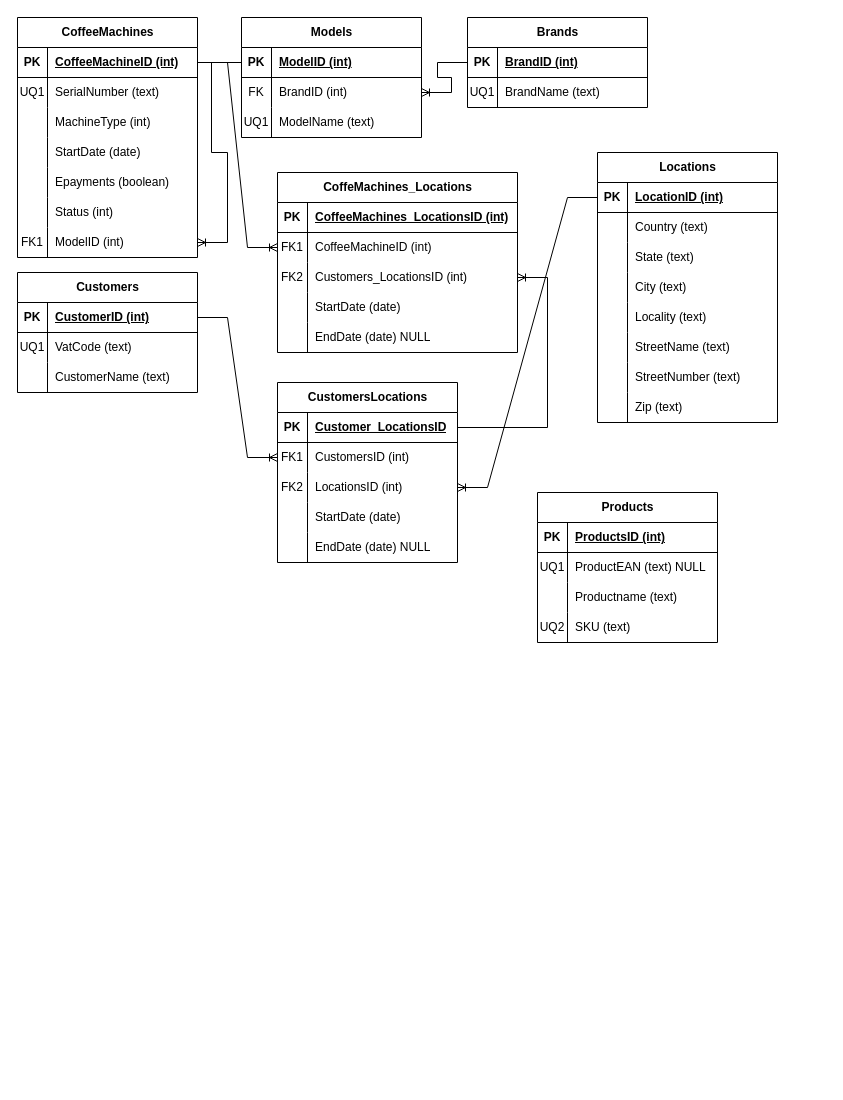
The draw.io diagram Diagramma senza titolo.drawio in federico-mariconti/SIAM-1838, before the edit. Source tidied: cells renumbered, new cells numbered last; positions are measured from the earlier drawing's top-left corner, leaving out a move shared by most shapes. Both pictures are drawn from the tidied source at 100%, with x=0, y=0 at pixel (17, 17).
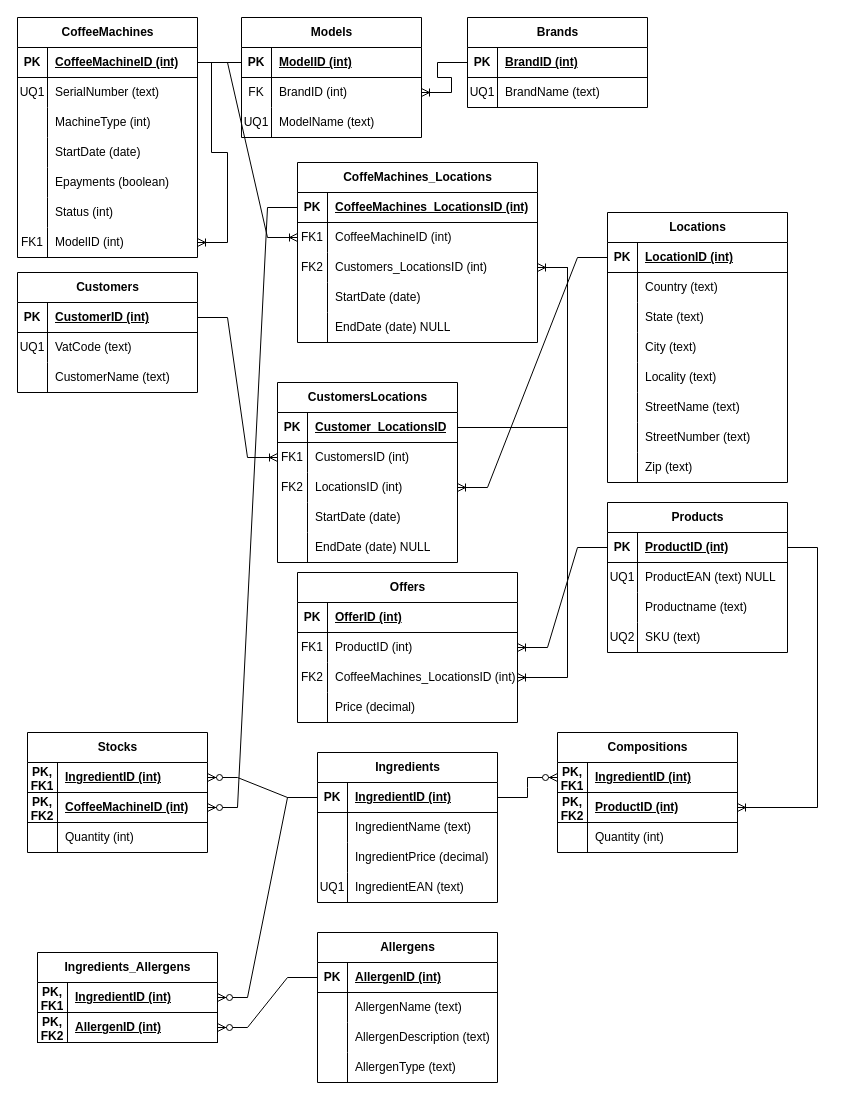
Above is the later version.

Unchanged cells that the change refers to:
```xml
<mxCell id="97" style="shape=tableRow;horizontal=0;startSize=0;swimlaneHead=0;swimlaneBody=0;fillColor=none;points=[[0,0.5],[1,0.5]];portConstraint=eastwest;top=0;left=0;right=0;bottom=1;" parent="96" vertex="1">
  <mxGeometry y="30" width="240" height="30" as="geometry" />
</mxCell>
<mxCell id="103" style="shape=tableRow;horizontal=0;startSize=0;swimlaneHead=0;swimlaneBody=0;fillColor=none;points=[[0,0.5],[1,0.5]];portConstraint=eastwest;top=0;left=0;right=0;bottom=0;" parent="96" vertex="1">
  <mxGeometry y="90" width="240" height="30" as="geometry" />
</mxCell>
<mxCell id="115" style="shape=tableRow;horizontal=0;startSize=0;swimlaneHead=0;swimlaneBody=0;fillColor=none;points=[[0,0.5],[1,0.5]];portConstraint=eastwest;top=0;left=0;right=0;bottom=1;" parent="114" vertex="1">
  <mxGeometry y="30" width="180" height="30" as="geometry" />
</mxCell>
```

Change to the diagram source:
```diff
@@
     <mxCell id="53" value="Locations" style="shape=table;startSize=30;childLayout=tableLayout;rowLines=0;fontStyle=1;align=center;html=1;" parent="1" vertex="1">
-      <mxGeometry x="580" y="135" width="180" height="270" as="geometry" />
+      <mxGeometry x="590" y="195" width="180" height="270" as="geometry" />
     </mxCell>
@@
     <mxCell id="96" value="CoffeMachines_Locations" style="shape=table;startSize=30;childLayout=tableLayout;rowLines=0;fontStyle=1;align=center;html=1;" parent="1" vertex="1">
-      <mxGeometry x="260" y="155" width="240" height="180" as="geometry" />
+      <mxGeometry x="280" y="145" width="240" height="180" as="geometry" />
     </mxCell>
@@
     <mxCell id="114" value="Products" style="shape=table;startSize=30;childLayout=tableLayout;rowLines=0;fontStyle=1;align=center;html=1;" parent="1" vertex="1">
-      <mxGeometry x="520" y="475" width="180" height="150" as="geometry" />
+      <mxGeometry x="590" y="485" width="180" height="150" as="geometry" />
     </mxCell>
@@
-    <mxCell id="117" value="ProductsID (int)" style="shape=partialRectangle;fillColor=none;top=0;left=0;bottom=0;right=0;align=left;spacingLeft=6;fontStyle=5;overflow=hidden;whiteSpace=wrap;html=1;" parent="115" vertex="1">
+    <mxCell id="117" value="ProductID (int)" style="shape=partialRectangle;fillColor=none;top=0;left=0;bottom=0;right=0;align=left;spacingLeft=6;fontStyle=5;overflow=hidden;whiteSpace=wrap;html=1;" parent="115" vertex="1">
       <mxGeometry x="30" width="150" height="30" as="geometry" />
     </mxCell>
@@
+    <mxCell id="127" value="Offers" style="shape=table;startSize=30;childLayout=tableLayout;rowLines=0;fontStyle=1;align=center;html=1;" parent="1" vertex="1">
+      <mxGeometry x="280" y="555" width="220" height="150" as="geometry" />
+    </mxCell>
+    <mxCell id="128" style="shape=tableRow;horizontal=0;startSize=0;swimlaneHead=0;swimlaneBody=0;fillColor=none;top=0;left=0;right=0;bottom=1;" parent="127" vertex="1">
+      <mxGeometry y="30" width="220" height="30" as="geometry" />
+    </mxCell>
+    <mxCell id="129" value="PK" style="shape=partialRectangle;fillColor=none;top=0;left=0;bottom=0;right=0;fontStyle=1;overflow=hidden;whiteSpace=wrap;html=1;" parent="128" vertex="1">
+      <mxGeometry width="30" height="30" as="geometry" />
+    </mxCell>
+    <mxCell id="130" value="OfferID (int)" style="shape=partialRectangle;fillColor=none;top=0;left=0;bottom=0;right=0;align=left;spacingLeft=6;fontStyle=5;overflow=hidden;whiteSpace=wrap;html=1;" parent="128" vertex="1">
+      <mxGeometry x="30" width="190" height="30" as="geometry" />
+    </mxCell>
+    <mxCell id="131" style="shape=tableRow;horizontal=0;startSize=0;swimlaneHead=0;swimlaneBody=0;fillColor=none;points=[[0,0.5],[1,0.5]];portConstraint=eastwest;top=0;left=0;right=0;bottom=0;" parent="127" vertex="1">
+      <mxGeometry y="60" width="220" height="30" as="geometry" />
+    </mxCell>
+    <mxCell id="132" value="FK1" style="shape=partialRectangle;fillColor=none;top=0;left=0;bottom=0;right=0;overflow=hidden;whiteSpace=wrap;html=1;" parent="131" vertex="1">
+      <mxGeometry width="30" height="30" as="geometry" />
+    </mxCell>
+    <mxCell id="133" value="ProductID (int)" style="shape=partialRectangle;fillColor=none;top=0;left=0;bottom=0;right=0;align=left;spacingLeft=6;overflow=hidden;whiteSpace=wrap;html=1;" parent="131" vertex="1">
+      <mxGeometry x="30" width="190" height="30" as="geometry" />
+    </mxCell>
+    <mxCell id="134" style="shape=tableRow;horizontal=0;startSize=0;swimlaneHead=0;swimlaneBody=0;fillColor=none;points=[[0,0.5],[1,0.5]];portConstraint=eastwest;top=0;left=0;right=0;bottom=0;" parent="127" vertex="1">
+      <mxGeometry y="90" width="220" height="30" as="geometry" />
+    </mxCell>
+    <mxCell id="135" value="FK2" style="shape=partialRectangle;fillColor=none;top=0;left=0;bottom=0;right=0;overflow=hidden;whiteSpace=wrap;html=1;" parent="134" vertex="1">
+      <mxGeometry width="30" height="30" as="geometry" />
+    </mxCell>
+    <mxCell id="136" value="CoffeeMachines_LocationsID (int)" style="shape=partialRectangle;fillColor=none;top=0;left=0;bottom=0;right=0;align=left;spacingLeft=6;overflow=hidden;whiteSpace=wrap;html=1;" parent="134" vertex="1">
+      <mxGeometry x="30" width="190" height="30" as="geometry" />
+    </mxCell>
+    <mxCell id="137" style="shape=tableRow;horizontal=0;startSize=0;swimlaneHead=0;swimlaneBody=0;fillColor=none;top=0;left=0;right=0;bottom=0;" parent="127" vertex="1">
+      <mxGeometry y="120" width="220" height="30" as="geometry" />
+    </mxCell>
+    <mxCell id="138" style="shape=partialRectangle;fillColor=none;top=0;left=0;bottom=0;right=0;overflow=hidden;whiteSpace=wrap;html=1;" parent="137" vertex="1">
+      <mxGeometry width="30" height="30" as="geometry" />
+    </mxCell>
+    <mxCell id="139" value="Price (decimal)" style="shape=partialRectangle;fillColor=none;top=0;left=0;bottom=0;right=0;align=left;spacingLeft=6;overflow=hidden;whiteSpace=wrap;html=1;" parent="137" vertex="1">
+      <mxGeometry x="30" width="190" height="30" as="geometry" />
+    </mxCell>
+    <mxCell id="140" style="edgeStyle=entityRelationEdgeStyle;fontSize=12;html=1;endArrow=ERoneToMany;rounded=0;" parent="1" edge="1" source="115" target="131">
+      <mxGeometry relative="1" as="geometry" />
+    </mxCell>
+    <mxCell id="141" style="edgeStyle=entityRelationEdgeStyle;fontSize=12;html=1;endArrow=ERoneToMany;rounded=0;" parent="1" edge="1" source="103" target="134">
+      <mxGeometry relative="1" as="geometry" />
+    </mxCell>
+    <mxCell id="142" value="Ingredients" style="shape=table;startSize=30;childLayout=tableLayout;rowLines=0;fontStyle=1;align=center;html=1;" parent="1" vertex="1">
+      <mxGeometry x="300" y="735" width="180" height="150" as="geometry" />
+    </mxCell>
+    <mxCell id="143" style="shape=tableRow;horizontal=0;startSize=0;swimlaneHead=0;swimlaneBody=0;fillColor=none;points=[[0,0.5],[1,0.5]];portConstraint=eastwest;top=0;left=0;right=0;bottom=1;" parent="142" vertex="1">
+      <mxGeometry y="30" width="180" height="30" as="geometry" />
+    </mxCell>
+    <mxCell id="144" value="PK" style="shape=partialRectangle;fillColor=none;top=0;left=0;bottom=0;right=0;fontStyle=1;overflow=hidden;whiteSpace=wrap;html=1;" parent="143" vertex="1">
+      <mxGeometry width="30" height="30" as="geometry" />
+    </mxCell>
+    <mxCell id="145" value="IngredientID (int)" style="shape=partialRectangle;fillColor=none;top=0;left=0;bottom=0;right=0;align=left;spacingLeft=6;fontStyle=5;overflow=hidden;whiteSpace=wrap;html=1;" parent="143" vertex="1">
+      <mxGeometry x="30" width="150" height="30" as="geometry" />
+    </mxCell>
+    <mxCell id="146" style="shape=tableRow;horizontal=0;startSize=0;swimlaneHead=0;swimlaneBody=0;fillColor=none;top=0;left=0;right=0;bottom=0;" parent="142" vertex="1">
+      <mxGeometry y="60" width="180" height="30" as="geometry" />
+    </mxCell>
+    <mxCell id="147" style="shape=partialRectangle;fillColor=none;top=0;left=0;bottom=0;right=0;overflow=hidden;whiteSpace=wrap;html=1;" parent="146" vertex="1">
+      <mxGeometry width="30" height="30" as="geometry" />
+    </mxCell>
+    <mxCell id="148" value="IngredientName (text)" style="shape=partialRectangle;fillColor=none;top=0;left=0;bottom=0;right=0;align=left;spacingLeft=6;overflow=hidden;whiteSpace=wrap;html=1;" parent="146" vertex="1">
+      <mxGeometry x="30" width="150" height="30" as="geometry" />
+    </mxCell>
+    <mxCell id="149" style="shape=tableRow;horizontal=0;startSize=0;swimlaneHead=0;swimlaneBody=0;fillColor=none;top=0;left=0;right=0;bottom=0;" parent="142" vertex="1">
+      <mxGeometry y="90" width="180" height="30" as="geometry" />
+    </mxCell>
+    <mxCell id="150" style="shape=partialRectangle;fillColor=none;top=0;left=0;bottom=0;right=0;overflow=hidden;whiteSpace=wrap;html=1;" parent="149" vertex="1">
+      <mxGeometry width="30" height="30" as="geometry" />
+    </mxCell>
+    <mxCell id="151" value="IngredientPrice (decimal)" style="shape=partialRectangle;fillColor=none;top=0;left=0;bottom=0;right=0;align=left;spacingLeft=6;overflow=hidden;whiteSpace=wrap;html=1;" parent="149" vertex="1">
+      <mxGeometry x="30" width="150" height="30" as="geometry" />
+    </mxCell>
+    <mxCell id="152" style="shape=tableRow;horizontal=0;startSize=0;swimlaneHead=0;swimlaneBody=0;fillColor=none;top=0;left=0;right=0;bottom=0;" parent="142" vertex="1">
+      <mxGeometry y="120" width="180" height="30" as="geometry" />
+    </mxCell>
+    <mxCell id="153" value="UQ1" style="shape=partialRectangle;fillColor=none;top=0;left=0;bottom=0;right=0;overflow=hidden;whiteSpace=wrap;html=1;" parent="152" vertex="1">
+      <mxGeometry width="30" height="30" as="geometry" />
+    </mxCell>
+    <mxCell id="154" value="IngredientEAN (text)" style="shape=partialRectangle;fillColor=none;top=0;left=0;bottom=0;right=0;align=left;spacingLeft=6;overflow=hidden;whiteSpace=wrap;html=1;" parent="152" vertex="1">
+      <mxGeometry x="30" width="150" height="30" as="geometry" />
+    </mxCell>
+    <mxCell id="155" value="Compositions" style="shape=table;startSize=30;childLayout=tableLayout;rowLines=0;fontStyle=1;align=center;html=1;" parent="1" vertex="1">
+      <mxGeometry x="540" y="715" width="180" height="120" as="geometry" />
+    </mxCell>
+    <mxCell id="156" style="shape=tableRow;horizontal=0;startSize=0;swimlaneHead=0;swimlaneBody=0;fillColor=none;points=[[0,0.5],[1,0.5]];portConstraint=eastwest;top=0;left=0;right=0;bottom=1;" parent="155" vertex="1">
+      <mxGeometry y="30" width="180" height="30" as="geometry" />
+    </mxCell>
+    <mxCell id="157" value="PK,&lt;div&gt;FK1&lt;/div&gt;" style="shape=partialRectangle;fillColor=none;top=0;left=0;bottom=0;right=0;fontStyle=1;overflow=hidden;whiteSpace=wrap;html=1;" parent="156" vertex="1">
+      <mxGeometry width="30" height="30" as="geometry" />
+    </mxCell>
+    <mxCell id="158" value="IngredientID (int)" style="shape=partialRectangle;fillColor=none;top=0;left=0;bottom=0;right=0;align=left;spacingLeft=6;fontStyle=5;overflow=hidden;whiteSpace=wrap;html=1;" parent="156" vertex="1">
+      <mxGeometry x="30" width="150" height="30" as="geometry" />
+    </mxCell>
+    <mxCell id="159" style="shape=tableRow;horizontal=0;startSize=0;swimlaneHead=0;swimlaneBody=0;fillColor=none;points=[[0,0.5],[1,0.5]];portConstraint=eastwest;top=0;left=0;right=0;bottom=1;" parent="155" vertex="1">
+      <mxGeometry y="60" width="180" height="30" as="geometry" />
+    </mxCell>
+    <mxCell id="160" value="PK,&lt;div&gt;FK2&lt;/div&gt;" style="shape=partialRectangle;fillColor=none;top=0;left=0;bottom=0;right=0;fontStyle=1;overflow=hidden;whiteSpace=wrap;html=1;" parent="159" vertex="1">
+      <mxGeometry width="30" height="30" as="geometry" />
+    </mxCell>
+    <mxCell id="161" value="ProductID (int)" style="shape=partialRectangle;fillColor=none;top=0;left=0;bottom=0;right=0;align=left;spacingLeft=6;fontStyle=5;overflow=hidden;whiteSpace=wrap;html=1;" parent="159" vertex="1">
+      <mxGeometry x="30" width="150" height="30" as="geometry" />
+    </mxCell>
+    <mxCell id="162" style="shape=tableRow;horizontal=0;startSize=0;swimlaneHead=0;swimlaneBody=0;fillColor=none;top=0;left=0;right=0;bottom=0;" parent="155" vertex="1">
+      <mxGeometry y="90" width="180" height="30" as="geometry" />
+    </mxCell>
+    <mxCell id="163" style="shape=partialRectangle;fillColor=none;top=0;left=0;bottom=0;right=0;overflow=hidden;whiteSpace=wrap;html=1;" parent="162" vertex="1">
+      <mxGeometry width="30" height="30" as="geometry" />
+    </mxCell>
+    <mxCell id="164" value="Quantity (int)" style="shape=partialRectangle;fillColor=none;top=0;left=0;bottom=0;right=0;align=left;spacingLeft=6;overflow=hidden;whiteSpace=wrap;html=1;" parent="162" vertex="1">
+      <mxGeometry x="30" width="150" height="30" as="geometry" />
+    </mxCell>
+    <mxCell id="165" value="Stocks" style="shape=table;startSize=30;childLayout=tableLayout;rowLines=0;fontStyle=1;align=center;html=1;" parent="1" vertex="1">
+      <mxGeometry x="10" y="715" width="180" height="120" as="geometry" />
+    </mxCell>
+    <mxCell id="166" style="shape=tableRow;horizontal=0;startSize=0;swimlaneHead=0;swimlaneBody=0;fillColor=none;points=[[0,0.5],[1,0.5]];portConstraint=eastwest;top=0;left=0;right=0;bottom=1;" parent="165" vertex="1">
+      <mxGeometry y="30" width="180" height="30" as="geometry" />
+    </mxCell>
+    <mxCell id="167" value="PK,&lt;div&gt;FK1&lt;/div&gt;" style="shape=partialRectangle;fillColor=none;top=0;left=0;bottom=0;right=0;fontStyle=1;overflow=hidden;whiteSpace=wrap;html=1;" parent="166" vertex="1">
+      <mxGeometry width="30" height="30" as="geometry" />
+    </mxCell>
+    <mxCell id="168" value="IngredientID (int)" style="shape=partialRectangle;fillColor=none;top=0;left=0;bottom=0;right=0;align=left;spacingLeft=6;fontStyle=5;overflow=hidden;whiteSpace=wrap;html=1;" parent="166" vertex="1">
+      <mxGeometry x="30" width="150" height="30" as="geometry" />
+    </mxCell>
+    <mxCell id="169" style="shape=tableRow;horizontal=0;startSize=0;swimlaneHead=0;swimlaneBody=0;fillColor=none;points=[[0,0.5],[1,0.5]];portConstraint=eastwest;top=0;left=0;right=0;bottom=1;" parent="165" vertex="1">
+      <mxGeometry y="60" width="180" height="30" as="geometry" />
+    </mxCell>
+    <mxCell id="170" value="PK,&lt;div&gt;FK2&lt;/div&gt;" style="shape=partialRectangle;fillColor=none;top=0;left=0;bottom=0;right=0;fontStyle=1;overflow=hidden;whiteSpace=wrap;html=1;" parent="169" vertex="1">
+      <mxGeometry width="30" height="30" as="geometry" />
+    </mxCell>
+    <mxCell id="171" value="CoffeeMachineID (int)" style="shape=partialRectangle;fillColor=none;top=0;left=0;bottom=0;right=0;align=left;spacingLeft=6;fontStyle=5;overflow=hidden;whiteSpace=wrap;html=1;" parent="169" vertex="1">
+      <mxGeometry x="30" width="150" height="30" as="geometry" />
+    </mxCell>
+    <mxCell id="172" style="shape=tableRow;horizontal=0;startSize=0;swimlaneHead=0;swimlaneBody=0;fillColor=none;top=0;left=0;right=0;bottom=0;" parent="165" vertex="1">
+      <mxGeometry y="90" width="180" height="30" as="geometry" />
+    </mxCell>
+    <mxCell id="173" style="shape=partialRectangle;fillColor=none;top=0;left=0;bottom=0;right=0;overflow=hidden;whiteSpace=wrap;html=1;" parent="172" vertex="1">
+      <mxGeometry width="30" height="30" as="geometry" />
+    </mxCell>
+    <mxCell id="174" value="Quantity (int)" style="shape=partialRectangle;fillColor=none;top=0;left=0;bottom=0;right=0;align=left;spacingLeft=6;overflow=hidden;whiteSpace=wrap;html=1;" parent="172" vertex="1">
+      <mxGeometry x="30" width="150" height="30" as="geometry" />
+    </mxCell>
+    <mxCell id="175" style="edgeStyle=entityRelationEdgeStyle;fontSize=12;html=1;endArrow=ERzeroToMany;endFill=1;rounded=0;" parent="1" edge="1" source="143" target="166">
+      <mxGeometry relative="1" as="geometry" />
+    </mxCell>
+    <mxCell id="176" style="edgeStyle=entityRelationEdgeStyle;fontSize=12;html=1;endArrow=ERzeroToMany;endFill=1;rounded=0;" parent="1" edge="1" source="143" target="156">
+      <mxGeometry relative="1" as="geometry" />
+    </mxCell>
+    <mxCell id="177" style="edgeStyle=entityRelationEdgeStyle;fontSize=12;html=1;endArrow=ERzeroToMany;endFill=1;rounded=0;" parent="1" edge="1" source="97" target="169">
+      <mxGeometry relative="1" as="geometry" />
+    </mxCell>
+    <mxCell id="178" style="edgeStyle=entityRelationEdgeStyle;fontSize=12;html=1;endArrow=ERoneToMany;rounded=0;" parent="1" edge="1" source="115" target="159">
+      <mxGeometry relative="1" as="geometry" />
+    </mxCell>
+    <mxCell id="179" value="Allergens" style="shape=table;startSize=30;childLayout=tableLayout;rowLines=0;fontStyle=1;align=center;html=1;" parent="1" vertex="1">
+      <mxGeometry x="300" y="915" width="180" height="150" as="geometry" />
+    </mxCell>
+    <mxCell id="180" style="shape=tableRow;horizontal=0;startSize=0;swimlaneHead=0;swimlaneBody=0;fillColor=none;points=[[0,0.5],[1,0.5]];portConstraint=eastwest;top=0;left=0;right=0;bottom=1;" parent="179" vertex="1">
+      <mxGeometry y="30" width="180" height="30" as="geometry" />
+    </mxCell>
+    <mxCell id="181" value="PK" style="shape=partialRectangle;fillColor=none;top=0;left=0;bottom=0;right=0;fontStyle=1;overflow=hidden;whiteSpace=wrap;html=1;" parent="180" vertex="1">
+      <mxGeometry width="30" height="30" as="geometry" />
+    </mxCell>
+    <mxCell id="182" value="AllergenID (int)" style="shape=partialRectangle;fillColor=none;top=0;left=0;bottom=0;right=0;align=left;spacingLeft=6;fontStyle=5;overflow=hidden;whiteSpace=wrap;html=1;" parent="180" vertex="1">
+      <mxGeometry x="30" width="150" height="30" as="geometry" />
+    </mxCell>
+    <mxCell id="183" style="shape=tableRow;horizontal=0;startSize=0;swimlaneHead=0;swimlaneBody=0;fillColor=none;top=0;left=0;right=0;bottom=0;" parent="179" vertex="1">
+      <mxGeometry y="60" width="180" height="30" as="geometry" />
+    </mxCell>
+    <mxCell id="184" style="shape=partialRectangle;fillColor=none;top=0;left=0;bottom=0;right=0;overflow=hidden;whiteSpace=wrap;html=1;" parent="183" vertex="1">
+      <mxGeometry width="30" height="30" as="geometry" />
+    </mxCell>
+    <mxCell id="185" value="AllergenName (text)" style="shape=partialRectangle;fillColor=none;top=0;left=0;bottom=0;right=0;align=left;spacingLeft=6;overflow=hidden;whiteSpace=wrap;html=1;" parent="183" vertex="1">
+      <mxGeometry x="30" width="150" height="30" as="geometry" />
+    </mxCell>
+    <mxCell id="186" style="shape=tableRow;horizontal=0;startSize=0;swimlaneHead=0;swimlaneBody=0;fillColor=none;top=0;left=0;right=0;bottom=0;" parent="179" vertex="1">
+      <mxGeometry y="90" width="180" height="30" as="geometry" />
+    </mxCell>
+    <mxCell id="187" style="shape=partialRectangle;fillColor=none;top=0;left=0;bottom=0;right=0;overflow=hidden;whiteSpace=wrap;html=1;" parent="186" vertex="1">
+      <mxGeometry width="30" height="30" as="geometry" />
+    </mxCell>
+    <mxCell id="188" value="AllergenDescription (text)" style="shape=partialRectangle;fillColor=none;top=0;left=0;bottom=0;right=0;align=left;spacingLeft=6;overflow=hidden;whiteSpace=wrap;html=1;" parent="186" vertex="1">
+      <mxGeometry x="30" width="150" height="30" as="geometry" />
+    </mxCell>
+    <mxCell id="189" style="shape=tableRow;horizontal=0;startSize=0;swimlaneHead=0;swimlaneBody=0;fillColor=none;top=0;left=0;right=0;bottom=0;" parent="179" vertex="1">
+      <mxGeometry y="120" width="180" height="30" as="geometry" />
+    </mxCell>
+    <mxCell id="190" style="shape=partialRectangle;fillColor=none;top=0;left=0;bottom=0;right=0;overflow=hidden;whiteSpace=wrap;html=1;" parent="189" vertex="1">
+      <mxGeometry width="30" height="30" as="geometry" />
+    </mxCell>
+    <mxCell id="191" value="AllergenType (text)" style="shape=partialRectangle;fillColor=none;top=0;left=0;bottom=0;right=0;align=left;spacingLeft=6;overflow=hidden;whiteSpace=wrap;html=1;" parent="189" vertex="1">
+      <mxGeometry x="30" width="150" height="30" as="geometry" />
+    </mxCell>
+    <mxCell id="192" value="Ingredients_Allergens" style="shape=table;startSize=30;childLayout=tableLayout;rowLines=0;fontStyle=1;align=center;html=1;" parent="1" vertex="1">
+      <mxGeometry x="20" y="935" width="180" height="90" as="geometry" />
+    </mxCell>
+    <mxCell id="193" style="shape=tableRow;horizontal=0;startSize=0;swimlaneHead=0;swimlaneBody=0;fillColor=none;points=[[0,0.5],[1,0.5]];portConstraint=eastwest;top=0;left=0;right=0;bottom=1;" parent="192" vertex="1">
+      <mxGeometry y="30" width="180" height="30" as="geometry" />
+    </mxCell>
+    <mxCell id="194" value="PK,&lt;div&gt;FK1&lt;/div&gt;" style="shape=partialRectangle;fillColor=none;top=0;left=0;bottom=0;right=0;fontStyle=1;overflow=hidden;whiteSpace=wrap;html=1;" parent="193" vertex="1">
+      <mxGeometry width="30" height="30" as="geometry" />
+    </mxCell>
+    <mxCell id="195" value="IngredientID (int)" style="shape=partialRectangle;fillColor=none;top=0;left=0;bottom=0;right=0;align=left;spacingLeft=6;fontStyle=5;overflow=hidden;whiteSpace=wrap;html=1;" parent="193" vertex="1">
+      <mxGeometry x="30" width="150" height="30" as="geometry" />
+    </mxCell>
+    <mxCell id="196" style="shape=tableRow;horizontal=0;startSize=0;swimlaneHead=0;swimlaneBody=0;fillColor=none;points=[[0,0.5],[1,0.5]];portConstraint=eastwest;top=0;left=0;right=0;bottom=1;" parent="192" vertex="1">
+      <mxGeometry y="60" width="180" height="30" as="geometry" />
+    </mxCell>
+    <mxCell id="197" value="PK,&lt;div&gt;FK2&lt;/div&gt;" style="shape=partialRectangle;fillColor=none;top=0;left=0;bottom=0;right=0;fontStyle=1;overflow=hidden;whiteSpace=wrap;html=1;" parent="196" vertex="1">
+      <mxGeometry width="30" height="30" as="geometry" />
+    </mxCell>
+    <mxCell id="198" value="AllergenID (int)" style="shape=partialRectangle;fillColor=none;top=0;left=0;bottom=0;right=0;align=left;spacingLeft=6;fontStyle=5;overflow=hidden;whiteSpace=wrap;html=1;" parent="196" vertex="1">
+      <mxGeometry x="30" width="150" height="30" as="geometry" />
+    </mxCell>
+    <mxCell id="199" style="edgeStyle=entityRelationEdgeStyle;fontSize=12;html=1;endArrow=ERzeroToMany;endFill=1;rounded=0;" parent="1" edge="1" source="180" target="196">
+      <mxGeometry relative="1" as="geometry" />
+    </mxCell>
+    <mxCell id="200" style="edgeStyle=entityRelationEdgeStyle;fontSize=12;html=1;endArrow=ERzeroToMany;endFill=1;rounded=0;" parent="1" edge="1" source="143" target="193">
+      <mxGeometry relative="1" as="geometry" />
+    </mxCell>
```
